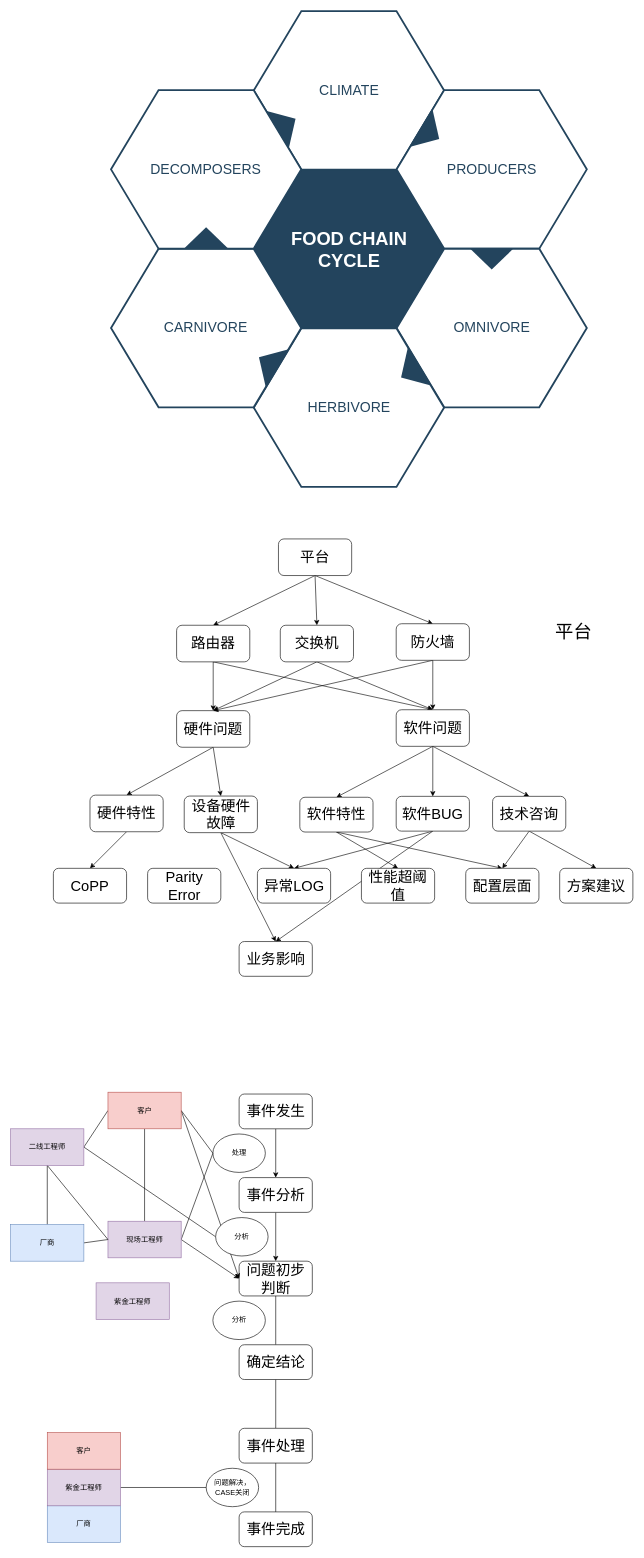
The draw.io diagram 未命名表单.drawio in aimleft/study, before the edit. Source tidied: cells renumbered, new cells numbered last; positions are measured from the earlier drawing's top-left corner, leaving out a move shared by most shapes. Both pictures are drawn from the tidied source at 61%, with x=0, y=0 at pixel (10, 11).
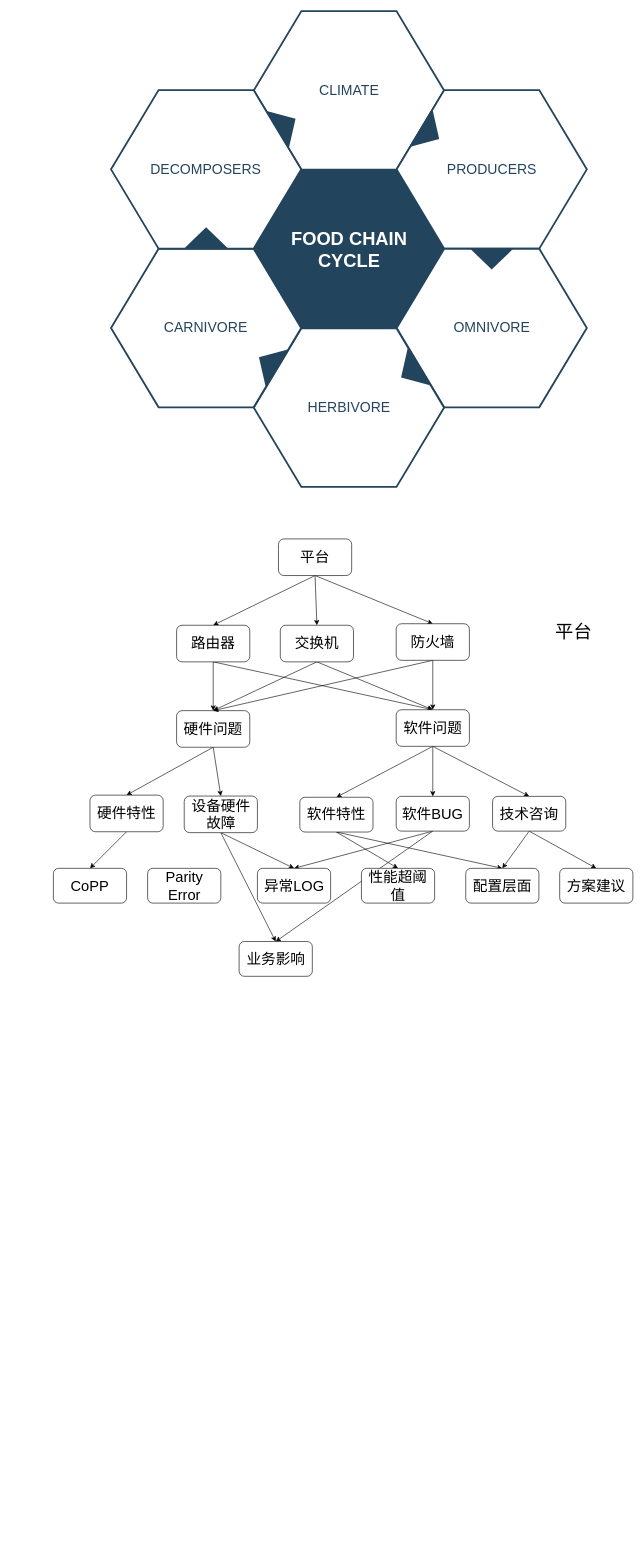
After the change.

Commit message:
更新未命名表单.drawio

Change to the diagram source:
```diff
@@
-    <mxCell id="58" style="edgeStyle=none;rounded=0;jettySize=auto;html=1;" parent="1" edge="1" source="59" target="61">
-      <mxGeometry relative="1" as="geometry" />
-    </mxCell>
-    <mxCell id="59" value="&lt;font style=&quot;font-size: 24px&quot;&gt;事件发生&lt;/font&gt;" style="rounded=1;whiteSpace=wrap;html=1;" parent="1" vertex="1">
-      <mxGeometry x="374.5" y="1775" width="120" height="57" as="geometry" />
-    </mxCell>
-    <mxCell id="60" style="edgeStyle=none;rounded=0;jettySize=auto;html=1;" parent="1" edge="1" source="61" target="63">
-      <mxGeometry relative="1" as="geometry" />
-    </mxCell>
-    <mxCell id="61" value="&lt;font style=&quot;font-size: 24px&quot;&gt;事件分析&lt;/font&gt;" style="rounded=1;whiteSpace=wrap;html=1;" parent="1" vertex="1">
-      <mxGeometry x="374.5" y="1912" width="120" height="57" as="geometry" />
-    </mxCell>
-    <mxCell id="62" style="edgeStyle=none;rounded=0;jettySize=auto;html=1;endArrow=none;endFill=0;" parent="1" edge="1" source="63" target="65">
-      <mxGeometry relative="1" as="geometry" />
-    </mxCell>
-    <mxCell id="63" value="&lt;span style=&quot;font-size: 24px&quot;&gt;问题初步判断&lt;/span&gt;" style="rounded=1;whiteSpace=wrap;html=1;" parent="1" vertex="1">
-      <mxGeometry x="374.5" y="2049" width="120" height="57" as="geometry" />
-    </mxCell>
-    <mxCell id="64" style="edgeStyle=none;rounded=0;jettySize=auto;html=1;endArrow=none;endFill=0;" parent="1" edge="1" source="65" target="67">
-      <mxGeometry relative="1" as="geometry" />
-    </mxCell>
-    <mxCell id="65" value="&lt;span style=&quot;font-size: 24px&quot;&gt;确定结论&lt;/span&gt;" style="rounded=1;whiteSpace=wrap;html=1;" parent="1" vertex="1">
-      <mxGeometry x="374.5" y="2186" width="120" height="57" as="geometry" />
-    </mxCell>
-    <mxCell id="66" style="edgeStyle=none;rounded=0;jettySize=auto;html=1;endArrow=none;endFill=0;" parent="1" edge="1" source="67" target="68">
-      <mxGeometry relative="1" as="geometry" />
-    </mxCell>
-    <mxCell id="67" value="&lt;span style=&quot;font-size: 24px&quot;&gt;事件处理&lt;/span&gt;" style="rounded=1;whiteSpace=wrap;html=1;" parent="1" vertex="1">
-      <mxGeometry x="374.5" y="2323" width="120" height="57" as="geometry" />
-    </mxCell>
-    <mxCell id="68" value="&lt;span style=&quot;font-size: 24px&quot;&gt;事件完成&lt;/span&gt;" style="rounded=1;whiteSpace=wrap;html=1;" parent="1" vertex="1">
-      <mxGeometry x="374.5" y="2460" width="120" height="57" as="geometry" />
-    </mxCell>
-    <mxCell id="69" value="处理" style="ellipse;whiteSpace=wrap;html=1;" parent="1" vertex="1">
-      <mxGeometry x="331.5" y="1840.5" width="86" height="63" as="geometry" />
-    </mxCell>
-    <mxCell id="70" style="edgeStyle=none;rounded=0;jettySize=auto;html=1;exitX=1;exitY=0.5;exitDx=0;exitDy=0;entryX=0;entryY=0.5;entryDx=0;entryDy=0;" parent="1" edge="1" source="74" target="63">
-      <mxGeometry relative="1" as="geometry" />
-    </mxCell>
-    <mxCell id="71" style="edgeStyle=none;rounded=0;jettySize=auto;html=1;exitX=0.5;exitY=1;exitDx=0;exitDy=0;entryX=0.5;entryY=0;entryDx=0;entryDy=0;endArrow=none;endFill=0;" parent="1" edge="1" source="74" target="77">
-      <mxGeometry relative="1" as="geometry" />
-    </mxCell>
-    <mxCell id="72" style="edgeStyle=none;rounded=0;jettySize=auto;html=1;exitX=0;exitY=0.5;exitDx=0;exitDy=0;entryX=1;entryY=0.5;entryDx=0;entryDy=0;endArrow=none;endFill=0;" parent="1" edge="1" source="74" target="81">
-      <mxGeometry relative="1" as="geometry" />
-    </mxCell>
-    <mxCell id="73" style="edgeStyle=none;rounded=0;jettySize=auto;html=1;exitX=1;exitY=0.5;exitDx=0;exitDy=0;entryX=0;entryY=0.5;entryDx=0;entryDy=0;endArrow=none;endFill=0;" parent="1" edge="1" source="74" target="69">
-      <mxGeometry relative="1" as="geometry" />
-    </mxCell>
-    <mxCell id="74" value="客户" style="rounded=0;whiteSpace=wrap;html=1;fillColor=#f8cecc;strokeColor=#b85450;" parent="1" vertex="1">
-      <mxGeometry x="159.5" y="1772" width="120" height="60" as="geometry" />
-    </mxCell>
-    <mxCell id="75" style="edgeStyle=none;rounded=0;jettySize=auto;html=1;exitX=1;exitY=0.5;exitDx=0;exitDy=0;entryX=0;entryY=0.5;entryDx=0;entryDy=0;" parent="1" edge="1" source="77" target="63">
-      <mxGeometry relative="1" as="geometry" />
-    </mxCell>
-    <mxCell id="76" style="edgeStyle=none;rounded=0;jettySize=auto;html=1;exitX=1;exitY=0.5;exitDx=0;exitDy=0;endArrow=none;endFill=0;entryX=0;entryY=0.5;entryDx=0;entryDy=0;" parent="1" edge="1" source="77" target="69">
-      <mxGeometry relative="1" as="geometry" />
-    </mxCell>
-    <mxCell id="77" value="现场工程师" style="rounded=0;whiteSpace=wrap;html=1;fillColor=#e1d5e7;strokeColor=#9673a6;" parent="1" vertex="1">
-      <mxGeometry x="159.5" y="1983.5" width="120" height="60" as="geometry" />
-    </mxCell>
-    <mxCell id="78" style="edgeStyle=none;rounded=0;jettySize=auto;html=1;exitX=0.5;exitY=1;exitDx=0;exitDy=0;entryX=0.5;entryY=0;entryDx=0;entryDy=0;endArrow=none;endFill=0;" parent="1" edge="1" source="81" target="83">
-      <mxGeometry relative="1" as="geometry" />
-    </mxCell>
-    <mxCell id="79" style="edgeStyle=none;rounded=0;jettySize=auto;html=1;exitX=0.5;exitY=1;exitDx=0;exitDy=0;entryX=0;entryY=0.5;entryDx=0;entryDy=0;endArrow=none;endFill=0;" parent="1" edge="1" source="81" target="77">
-      <mxGeometry relative="1" as="geometry" />
-    </mxCell>
-    <mxCell id="80" style="edgeStyle=none;rounded=0;jettySize=auto;html=1;exitX=1;exitY=0.5;exitDx=0;exitDy=0;entryX=0;entryY=0.5;entryDx=0;entryDy=0;endArrow=none;endFill=0;" parent="1" edge="1" source="81" target="84">
-      <mxGeometry relative="1" as="geometry" />
-    </mxCell>
-    <mxCell id="81" value="二线工程师" style="rounded=0;whiteSpace=wrap;html=1;fillColor=#e1d5e7;strokeColor=#9673a6;" parent="1" vertex="1">
-      <mxGeometry y="1832" width="120" height="60" as="geometry" />
-    </mxCell>
-    <mxCell id="82" style="edgeStyle=none;rounded=0;jettySize=auto;html=1;exitX=1;exitY=0.5;exitDx=0;exitDy=0;entryX=0;entryY=0.5;entryDx=0;entryDy=0;endArrow=none;endFill=0;" parent="1" edge="1" source="83" target="77">
-      <mxGeometry relative="1" as="geometry" />
-    </mxCell>
-    <mxCell id="83" value="厂商" style="rounded=0;whiteSpace=wrap;html=1;fillColor=#dae8fc;strokeColor=#6c8ebf;" parent="1" vertex="1">
-      <mxGeometry y="1989" width="120" height="60" as="geometry" />
-    </mxCell>
-    <mxCell id="84" value="分析" style="ellipse;whiteSpace=wrap;html=1;" parent="1" vertex="1">
-      <mxGeometry x="336" y="1977.5" width="86" height="63" as="geometry" />
-    </mxCell>
-    <mxCell id="85" value="分析" style="ellipse;whiteSpace=wrap;html=1;" parent="1" vertex="1">
-      <mxGeometry x="331.5" y="2114.5" width="86" height="63" as="geometry" />
-    </mxCell>
-    <mxCell id="86" value="问题解决，CASE关闭" style="ellipse;whiteSpace=wrap;html=1;" parent="1" vertex="1">
-      <mxGeometry x="320.5" y="2388.5" width="86" height="63" as="geometry" />
-    </mxCell>
-    <mxCell id="87" value="紫金工程师" style="rounded=0;whiteSpace=wrap;html=1;fillColor=#e1d5e7;strokeColor=#9673a6;" parent="1" vertex="1">
-      <mxGeometry x="140" y="2084.5" width="120" height="60" as="geometry" />
-    </mxCell>
-    <mxCell id="88" value="厂商" style="rounded=0;whiteSpace=wrap;html=1;fillColor=#dae8fc;strokeColor=#6c8ebf;" parent="1" vertex="1">
-      <mxGeometry x="60" y="2450" width="120" height="60" as="geometry" />
-    </mxCell>
-    <mxCell id="89" style="edgeStyle=none;rounded=0;jettySize=auto;html=1;exitX=1;exitY=0.5;exitDx=0;exitDy=0;entryX=0;entryY=0.5;entryDx=0;entryDy=0;endArrow=none;endFill=0;" parent="1" edge="1" source="90" target="86">
-      <mxGeometry relative="1" as="geometry" />
-    </mxCell>
-    <mxCell id="90" value="紫金工程师" style="rounded=0;whiteSpace=wrap;html=1;fillColor=#e1d5e7;strokeColor=#9673a6;" parent="1" vertex="1">
-      <mxGeometry x="60" y="2390" width="120" height="60" as="geometry" />
-    </mxCell>
-    <mxCell id="91" value="客户" style="rounded=0;whiteSpace=wrap;html=1;fillColor=#f8cecc;strokeColor=#b85450;" parent="1" vertex="1">
-      <mxGeometry x="60" y="2330" width="120" height="60" as="geometry" />
-    </mxCell>
```
